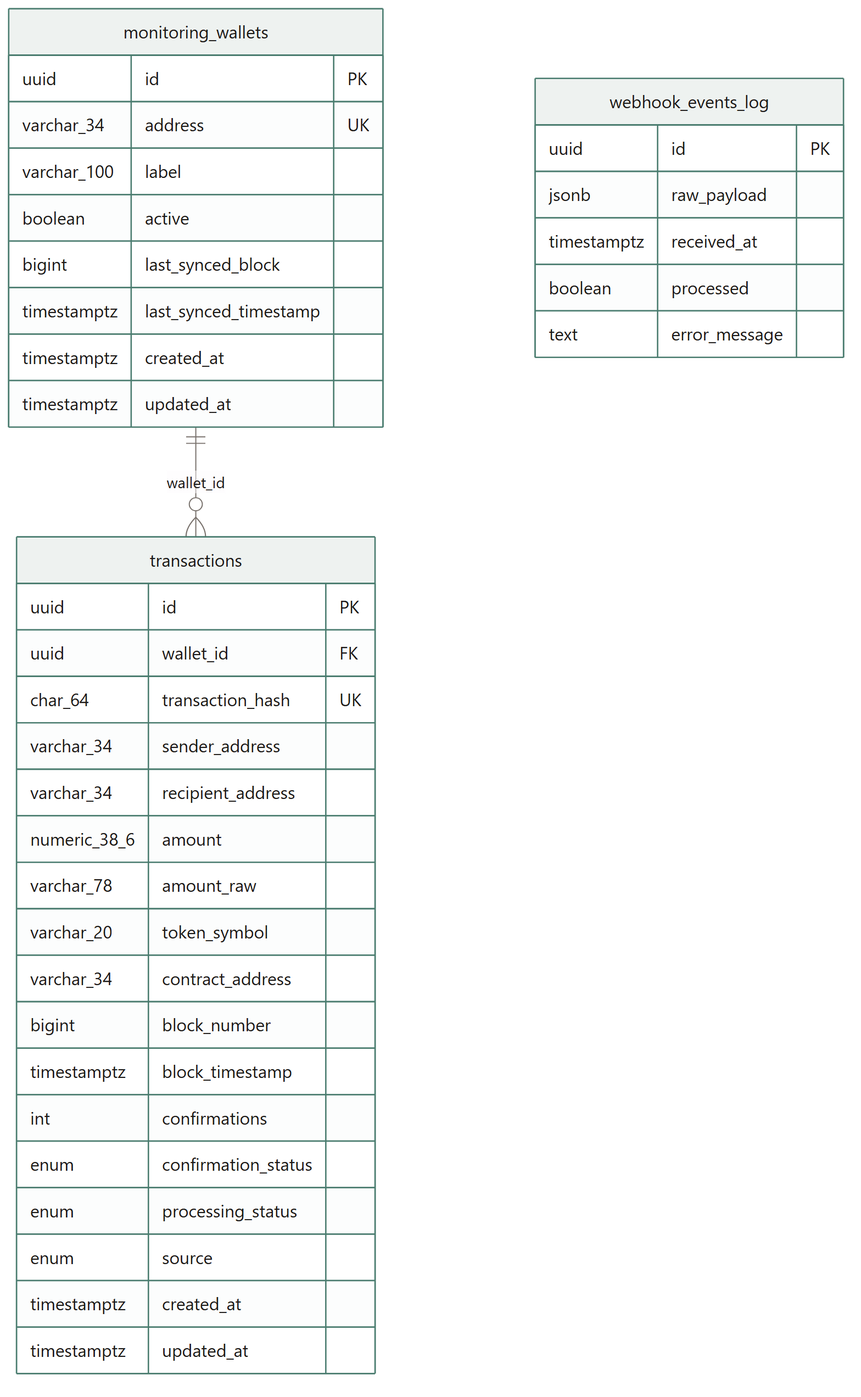
Arisangaroger/Settlement-monitoring-service-USDT-Tron- keeps this Mermaid diagram as docs/diagrams/erd.png. Above is the earlier version. Its source is kept beside it as docs/diagrams/erd.mmd. Its diagram source:
```mermaid
erDiagram
    monitoring_wallets {
        uuid id PK
        varchar_34 address UK
        varchar_100 label
        boolean active
        bigint last_synced_block
        timestamptz last_synced_timestamp
        timestamptz created_at
        timestamptz updated_at
    }

    transactions {
        uuid id PK
        uuid wallet_id FK
        char_64 transaction_hash UK
        varchar_34 sender_address
        varchar_34 recipient_address
        numeric_38_6 amount
        varchar_78 amount_raw
        varchar_20 token_symbol
        varchar_34 contract_address
        bigint block_number
        timestamptz block_timestamp
        int confirmations
        enum confirmation_status
        enum processing_status
        enum source
        timestamptz created_at
        timestamptz updated_at
    }

    webhook_events_log {
        uuid id PK
        jsonb raw_payload
        timestamptz received_at
        boolean processed
        text error_message
    }

    monitoring_wallets ||--o{ transactions : "wallet_id"
```
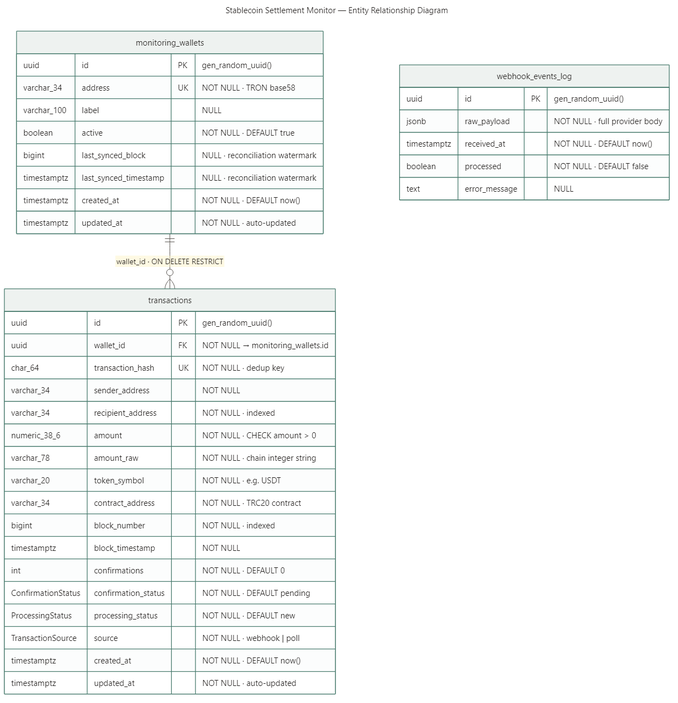
After the commit.

Change to the diagram source:
```diff
@@ -1,41 +1,44 @@
+---
+title: Stablecoin Settlement Monitor — Entity Relationship Diagram
+---
 erDiagram
     monitoring_wallets {
-        uuid id PK
-        varchar_34 address UK
-        varchar_100 label
-        boolean active
-        bigint last_synced_block
-        timestamptz last_synced_timestamp
-        timestamptz created_at
-        timestamptz updated_at
+        uuid id PK "gen_random_uuid()"
+        varchar_34 address UK "NOT NULL · TRON base58"
+        varchar_100 label "NULL"
+        boolean active "NOT NULL · DEFAULT true"
+        bigint last_synced_block "NULL · reconciliation watermark"
+        timestamptz last_synced_timestamp "NULL · reconciliation watermark"
+        timestamptz created_at "NOT NULL · DEFAULT now()"
+        timestamptz updated_at "NOT NULL · auto-updated"
     }
 
     transactions {
-        uuid id PK
-        uuid wallet_id FK
-        char_64 transaction_hash UK
-        varchar_34 sender_address
-        varchar_34 recipient_address
-        numeric_38_6 amount
-        varchar_78 amount_raw
-        varchar_20 token_symbol
-        varchar_34 contract_address
-        bigint block_number
-        timestamptz block_timestamp
-        int confirmations
-        enum confirmation_status
-        enum processing_status
-        enum source
-        timestamptz created_at
-        timestamptz updated_at
+        uuid id PK "gen_random_uuid()"
+        uuid wallet_id FK "NOT NULL → monitoring_wallets.id"
+        char_64 transaction_hash UK "NOT NULL · dedup key"
+        varchar_34 sender_address "NOT NULL"
+        varchar_34 recipient_address "NOT NULL · indexed"
+        numeric_38_6 amount "NOT NULL · CHECK amount > 0"
+        varchar_78 amount_raw "NOT NULL · chain integer string"
+        varchar_20 token_symbol "NOT NULL · e.g. USDT"
+        varchar_34 contract_address "NOT NULL · TRC20 contract"
+        bigint block_number "NOT NULL · indexed"
+        timestamptz block_timestamp "NOT NULL"
+        int confirmations "NOT NULL · DEFAULT 0"
+        ConfirmationStatus confirmation_status "NOT NULL · DEFAULT pending"
+        ProcessingStatus processing_status "NOT NULL · DEFAULT new"
+        TransactionSource source "NOT NULL · webhook | poll"
+        timestamptz created_at "NOT NULL · DEFAULT now()"
+        timestamptz updated_at "NOT NULL · auto-updated"
     }
 
     webhook_events_log {
-        uuid id PK
-        jsonb raw_payload
-        timestamptz received_at
-        boolean processed
-        text error_message
+        uuid id PK "gen_random_uuid()"
+        jsonb raw_payload "NOT NULL · full provider body"
+        timestamptz received_at "NOT NULL · DEFAULT now()"
+        boolean processed "NOT NULL · DEFAULT false"
+        text error_message "NULL"
     }
 
-    monitoring_wallets ||--o{ transactions : "wallet_id"
+    monitoring_wallets ||--o{ transactions : "wallet_id · ON DELETE RESTRICT"
```
